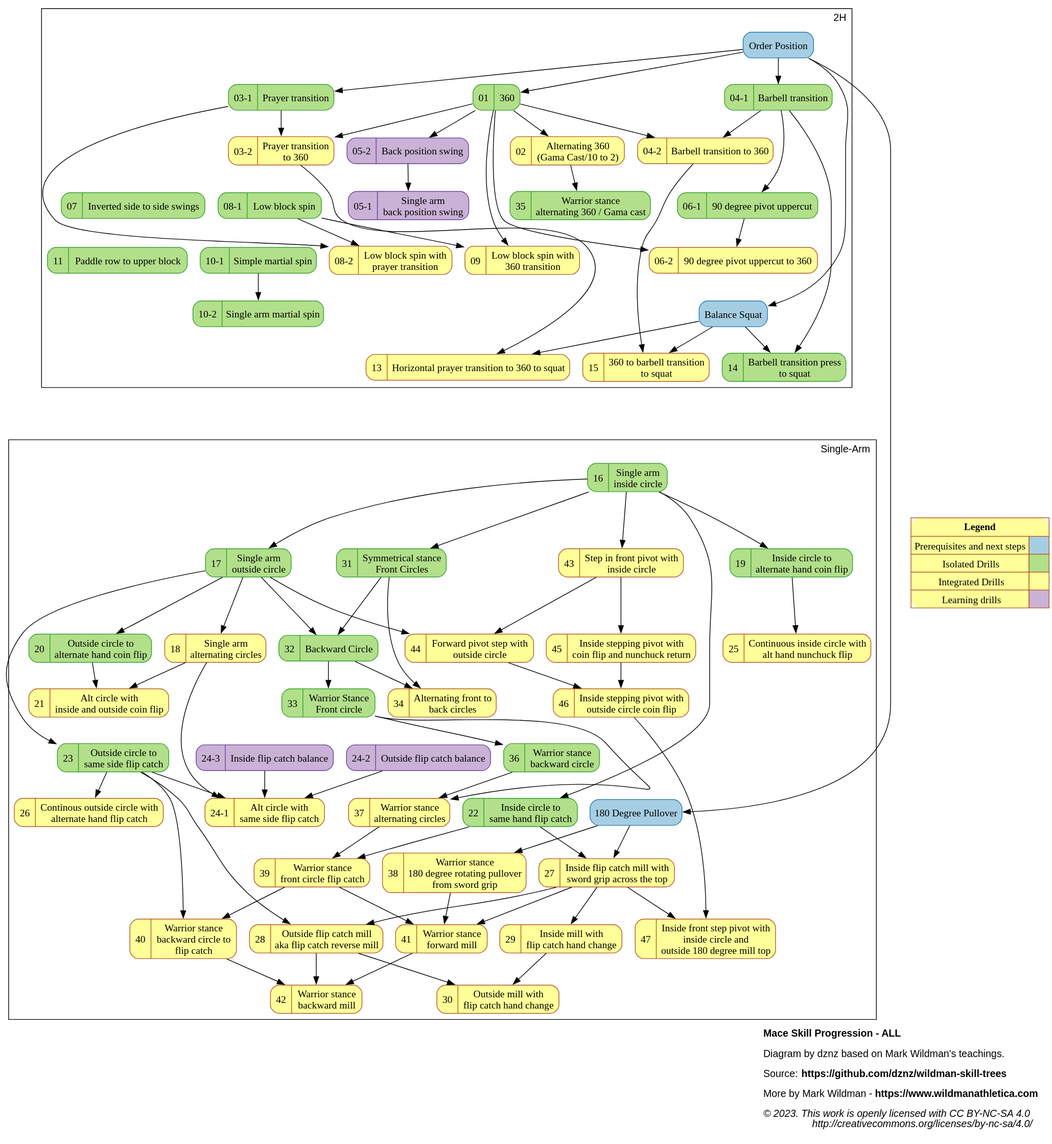
This is dist/mace_progression_ALL.svg from dznz/wildman-skill-trees, a PlantUML export, as it was before one commit. Its source is kept beside it as src/mace/mace_progression_ALL.puml.
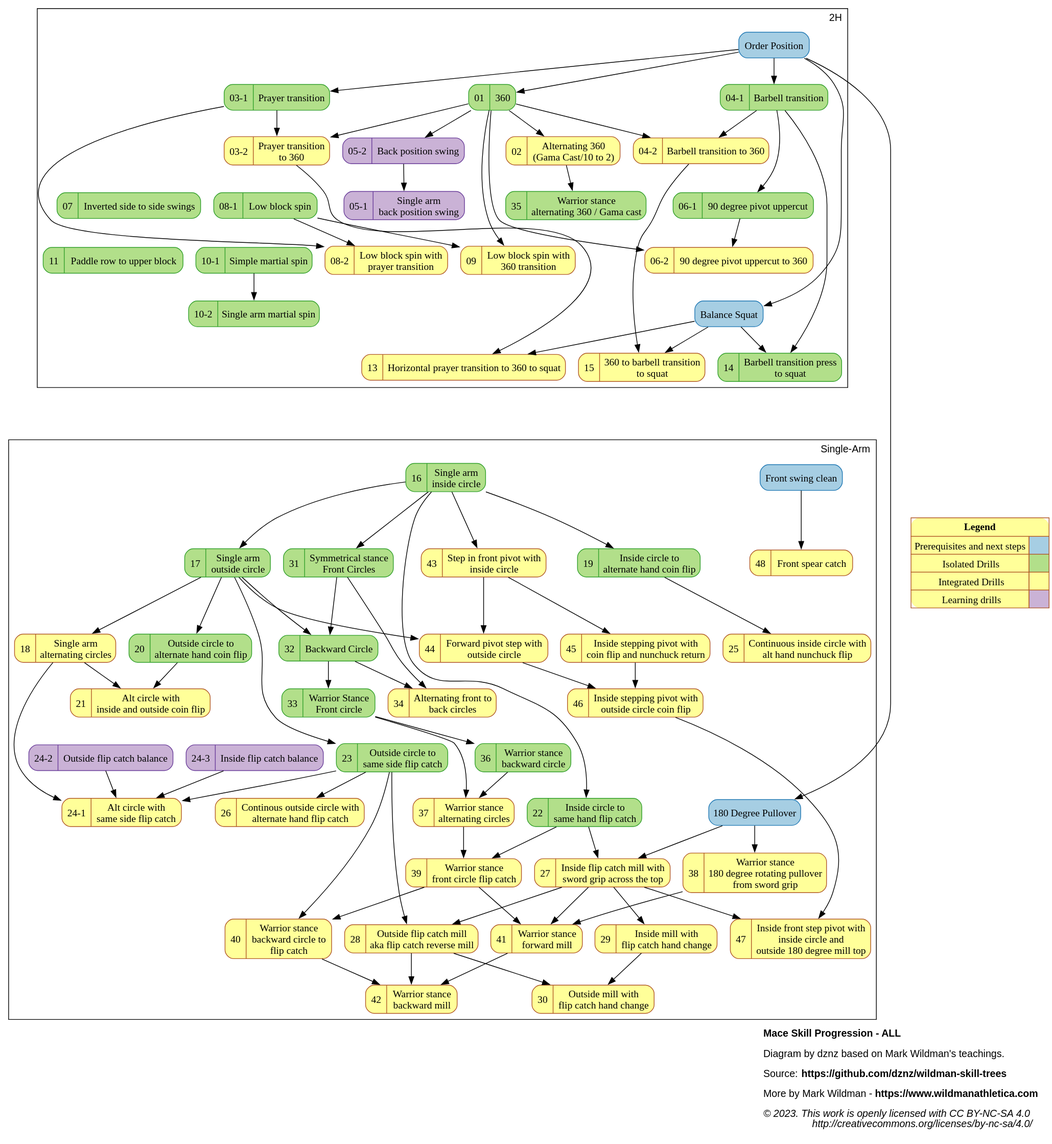
Later version of the same file.

Commit message:
feat(mace_progression): add M-48

What changed in the source:
```diff
@@ -30,6 +30,7 @@
     ext_sq [label="Balance Squat"]
     ext_order [label="Order Position"]
     ext_180pull [label="180 Degree Pullover"]
+    ext_frswingclean [label="Front swing clean"]
     ext_order -> {ext_sq; ext_180pull}
   }
 
@@ -98,6 +99,7 @@
 mov_45_sifpivotwflip           [label="{{45  |Inside stepping pivot with\ncoin flip and nunchuck return}}"                    URL="https://www.youtube.com/watch?v=vU-BHGVejhs" ];
 mov_46_sifpivotwoutcircleflip  [label="{{46  |Inside stepping pivot with\noutside circle coin flip}}"                         URL="https://www.youtube.com/watch?v=YSHMJu7VWkg" ];
 mov_47_sifpivotwincircleout180 [label="{{47  |Inside front step pivot with\ninside circle and\noutside 180 degree mill top}}" URL="https://www.youtube.com/watch?v=zuen0CLdwMU" ];
+mov_48_frspear                 [label="{{48  |Front spear catch}}"                                                            URL="https://www.youtube.com/watch?v=hwQlmjHQsrg" ];
 
 
 
@@ -172,6 +174,7 @@
       mov_45_sifpivotwflip -> mov_46_sifpivotwoutcircleflip
       mov_46_sifpivotwoutcircleflip -> mov_47_sifpivotwincircleout180
     }
+    ext_frswingclean -> mov_48_frspear
     {rank=same;mov_23_outcircle2sameflip;mov_36_warbkcircle}
   }
 
```
